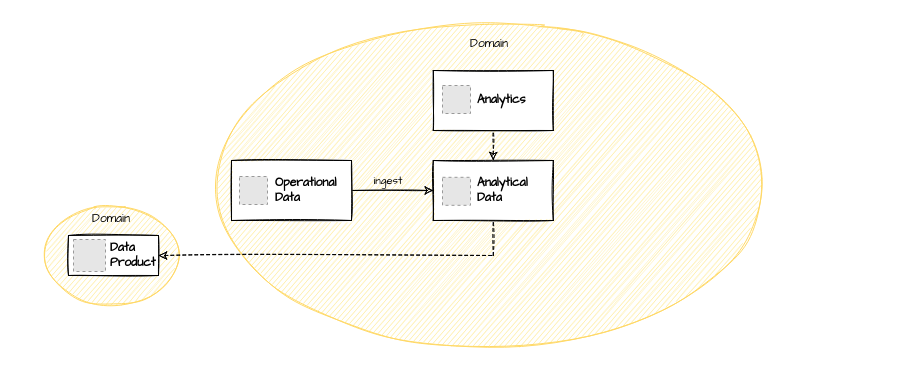
This is diagrams/domainteamjourney_level3.drawio from datamesh-architecture/datamesh-architecture.com, a draw.io file, before an edit. Source tidied: cells renumbered, new cells numbered last; positions are measured from the earlier drawing's top-left corner, leaving out a move shared by most shapes. Both pictures are drawn from the tidied source at 100%, with x=0, y=0 at pixel (17, 17). Pictures stored in the file or linked from it are replaced by grey dashed boxes.
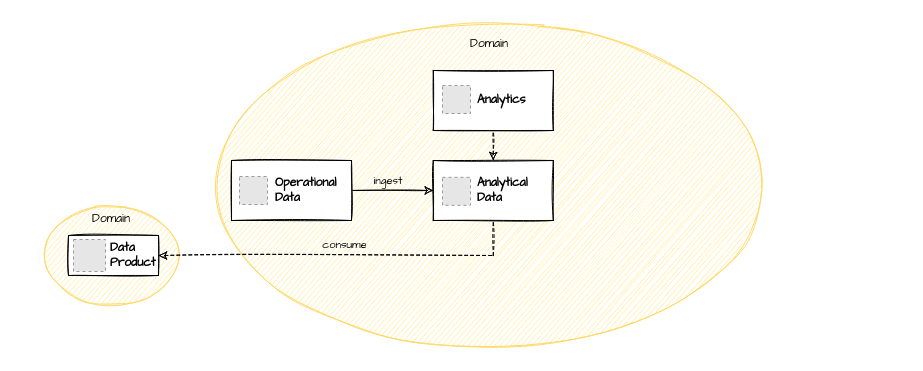
Above is the later version.

The change refers to these unchanged cells:
```xml
<mxCell id="20" style="edgeStyle=orthogonalEdgeStyle;rounded=0;sketch=1;jettySize=auto;html=1;entryX=0.5;entryY=1;entryDx=0;entryDy=0;startArrow=classic;startFill=1;endArrow=none;endFill=0;dashed=1;" parent="1" edge="1" source="18" target="11">
  <mxGeometry relative="1" as="geometry" />
</mxCell>
```

Diff of the diagram source:
```diff
@@
+    <mxCell id="21" value="consume" style="edgeLabel;html=1;align=center;verticalAlign=middle;labelBackgroundColor=none;fontFamily=Architects Daughter;" parent="20" vertex="1">
+      <mxGeometry x="0.15" y="-1" relative="1" as="geometry">
+        <mxPoint x="-28" y="-13" as="offset" />
+      </mxGeometry>
+    </mxCell>
```
